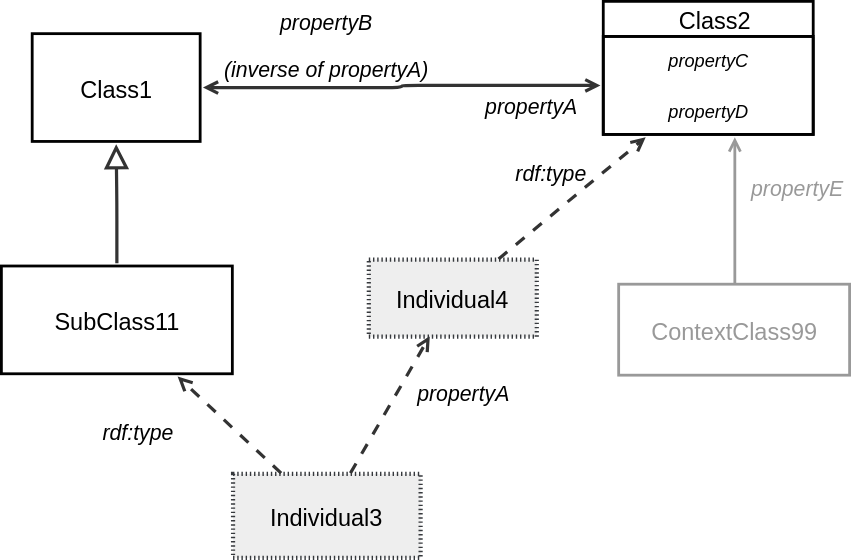
Above: ssn/images/Notation-ClassKey.svg in w3c/sdw-sosa-ssn (draw.io), before the change. Source tidied: cells renumbered, new cells last; positions are measured from the earlier drawing's top-left corner, leaving out a move shared by most shapes.
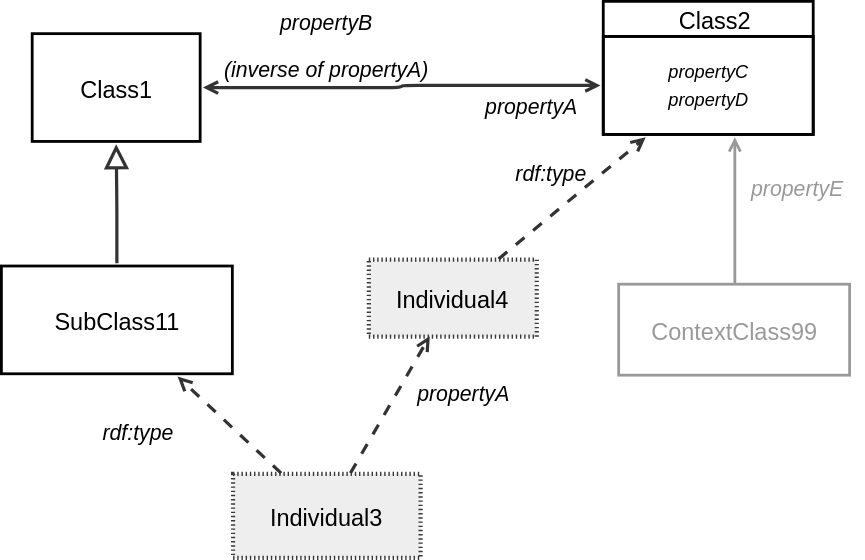
The same file after the commit.

Commit message:
Fix class attribute presentation

The edit, as a diff of the source:
```diff
@@ -26,7 +26,7 @@
     <mxCell id="9" value="&amp;nbsp; Class2" style="html=1;overflow=block;blockSpacing=1;swimlane;horizontal=1;fontStyle=0;swimlaneFillColor=none;startSize=25;whiteSpace=wrap;fontSize=16.8;align=center;spacing=6;strokeColor=#000000;fillColor=none;strokeWidth=2;fontColor=default;convertToSvg=1;spacingLeft=6;spacingBottom=6;spacingRight=6;spacingTop=6;" parent="1" vertex="1">
       <mxGeometry x="430" width="150" height="95" as="geometry" />
     </mxCell>
-    <mxCell id="10" value="&lt;div style=&quot;display: flex; justify-content: center; text-align: center; align-items: baseline; line-height: 1.25; margin-top: -2px;&quot;&gt;&lt;span style=&quot;font-style: italic;&quot;&gt;&lt;font style=&quot;font-size: 13px;&quot;&gt;propertyC&lt;br&gt;&lt;/font&gt;&lt;/span&gt;&lt;/div&gt;&lt;div style=&quot;display: flex; justify-content: center; text-align: center; align-items: baseline; line-height: 1.25; margin-top: -2px;&quot;&gt;&lt;span style=&quot;font-style: italic;&quot;&gt;&lt;font style=&quot;font-size: 13px;&quot;&gt;propertyD&lt;/font&gt;&lt;/span&gt;&lt;/div&gt;" style="html=1;strokeColor=#000000;fillColor=none;verticalAlign=middle;spacingLeft=4;spacingRight=4;overflow=hidden;points=[[0,0.5],[1,0.5]];portConstraint=eastwest;swimlaneFillColor=#unset;whiteSpace=wrap;fontSize=15.2;fontStyle=2;align=center;strokeWidth=2;perimeterSpacing=2;fontColor=default;convertToSvg=1;" parent="9" vertex="1">
+    <mxCell id="10" value="&lt;div style=&quot;display: flex; justify-content: center; text-align: center; align-items: baseline; line-height: 1.25; margin-top: -2px;&quot;&gt;&lt;span style=&quot;font-style: italic;&quot;&gt;&lt;font style=&quot;font-size: 13px;&quot;&gt;propertyC&lt;br&gt;&lt;/font&gt;&lt;span style=&quot;font-size: 13px; background-color: transparent; color: light-dark(rgb(0, 0, 0), rgb(255, 255, 255));&quot;&gt;propertyD&lt;/span&gt;&lt;/span&gt;&lt;/div&gt;" style="html=1;strokeColor=#000000;fillColor=none;verticalAlign=middle;spacingLeft=4;spacingRight=4;overflow=hidden;points=[[0,0.5],[1,0.5]];portConstraint=eastwest;swimlaneFillColor=#unset;whiteSpace=wrap;fontSize=15.2;fontStyle=2;align=center;strokeWidth=2;perimeterSpacing=2;fontColor=default;convertToSvg=1;" parent="9" vertex="1">
       <mxGeometry y="25" width="150" height="70" as="geometry" />
     </mxCell>
     <mxCell id="11" style="html=1;jettySize=18;whiteSpace=wrap;overflow=block;blockSpacing=1;fontSize=13;strokeColor=#999999;strokeOpacity=100;strokeWidth=2;rounded=1;arcSize=24;edgeStyle=orthogonalEdgeStyle;startArrow=open;endArrow=none;lucidId=_YHjfSWh~X1m;fontColor=#999999;convertToSvg=1;" parent="1" edge="1" source="10" target="6">
```
